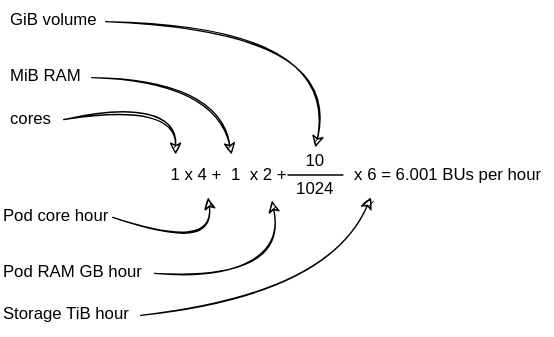
Above: docs/cloud/rahti4/img/BU-calculation.drawio.svg in CSCfi/csc-user-guide (draw.io), before the change. Source tidied: cells renumbered, new cells last; positions are measured from the earlier drawing's top-left corner, leaving out a move shared by most shapes.
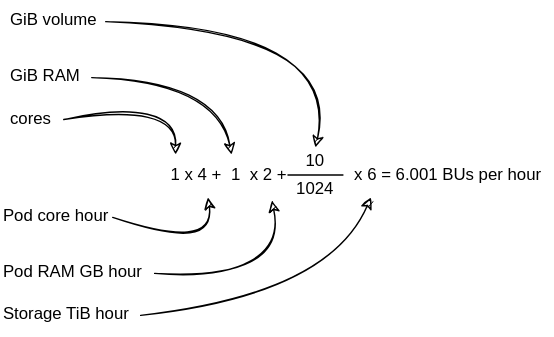
The same diagram one commit later.

What changed in the source:
```diff
@@ -34,7 +34,7 @@
     <mxCell id="9" value="&lt;meta charset=&quot;utf-8&quot;&gt;Storage TiB hour" style="text;whiteSpace=wrap;html=1;" parent="1" vertex="1">
       <mxGeometry y="210" width="100" height="30" as="geometry" />
     </mxCell>
-    <mxCell id="10" value="&lt;meta charset=&quot;utf-8&quot;&gt;MiB RAM" style="text;whiteSpace=wrap;html=1;" parent="1" vertex="1">
+    <mxCell id="10" value="GiB RAM" style="text;whiteSpace=wrap;html=1;" parent="1" vertex="1">
       <mxGeometry x="5" y="40" width="60" height="30" as="geometry" />
     </mxCell>
     <mxCell id="11" value="x 6 = 6.001 BUs per hour" style="text;html=1;strokeColor=none;fillColor=none;align=center;verticalAlign=middle;whiteSpace=wrap;rounded=0;" parent="1" vertex="1">
```
